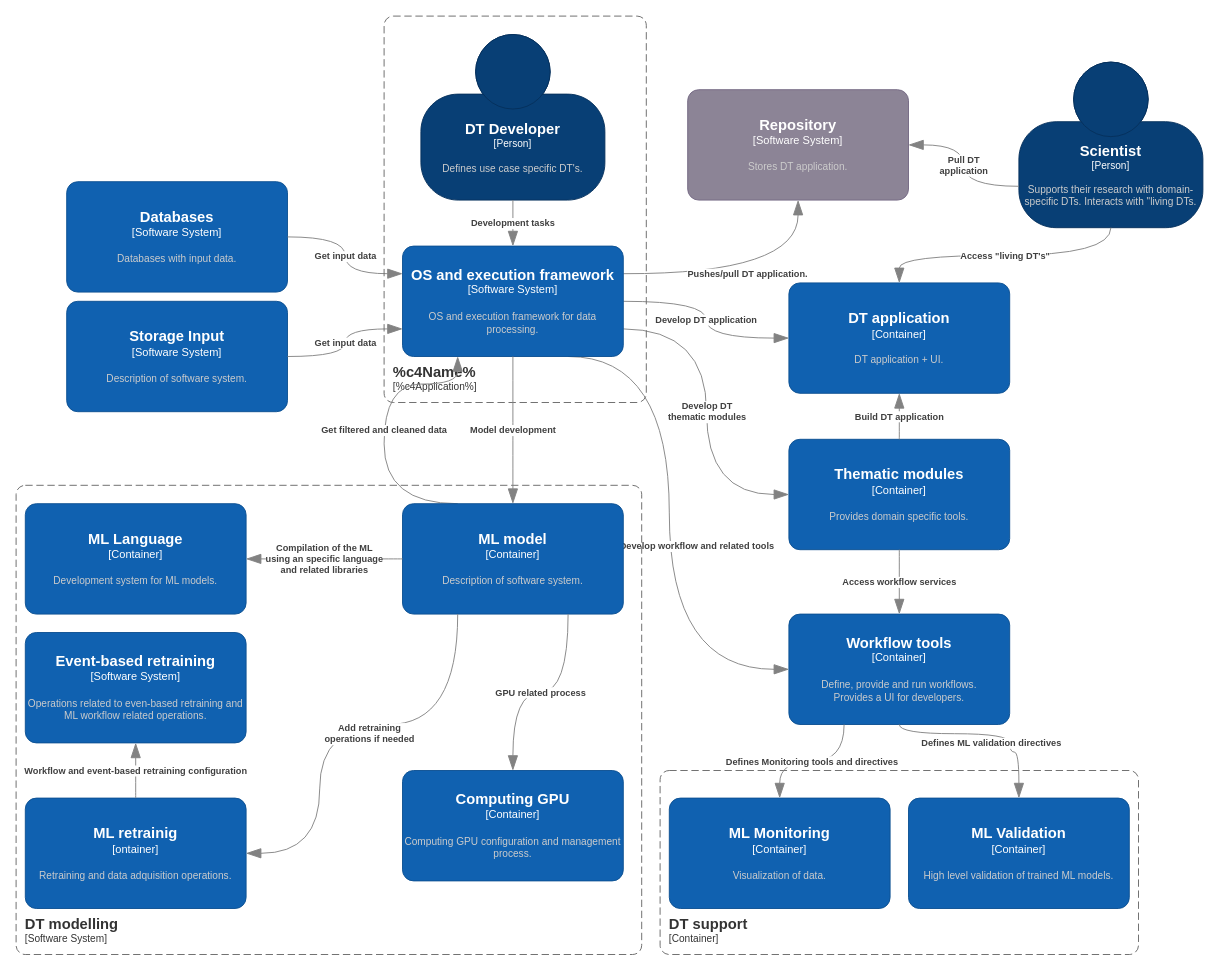
The draw.io diagram page "DTE" (1 of 4) of DTE/DTE.drawio in interTwin-eu/architecture-diagrams, before the edit. Source tidied: cells renumbered, new cells numbered last; positions are measured from the earlier drawing's top-left corner, leaving out a move shared by most shapes. Both pictures are drawn from the tidied source at 92%, with x=0, y=0 at pixel (16, 16).
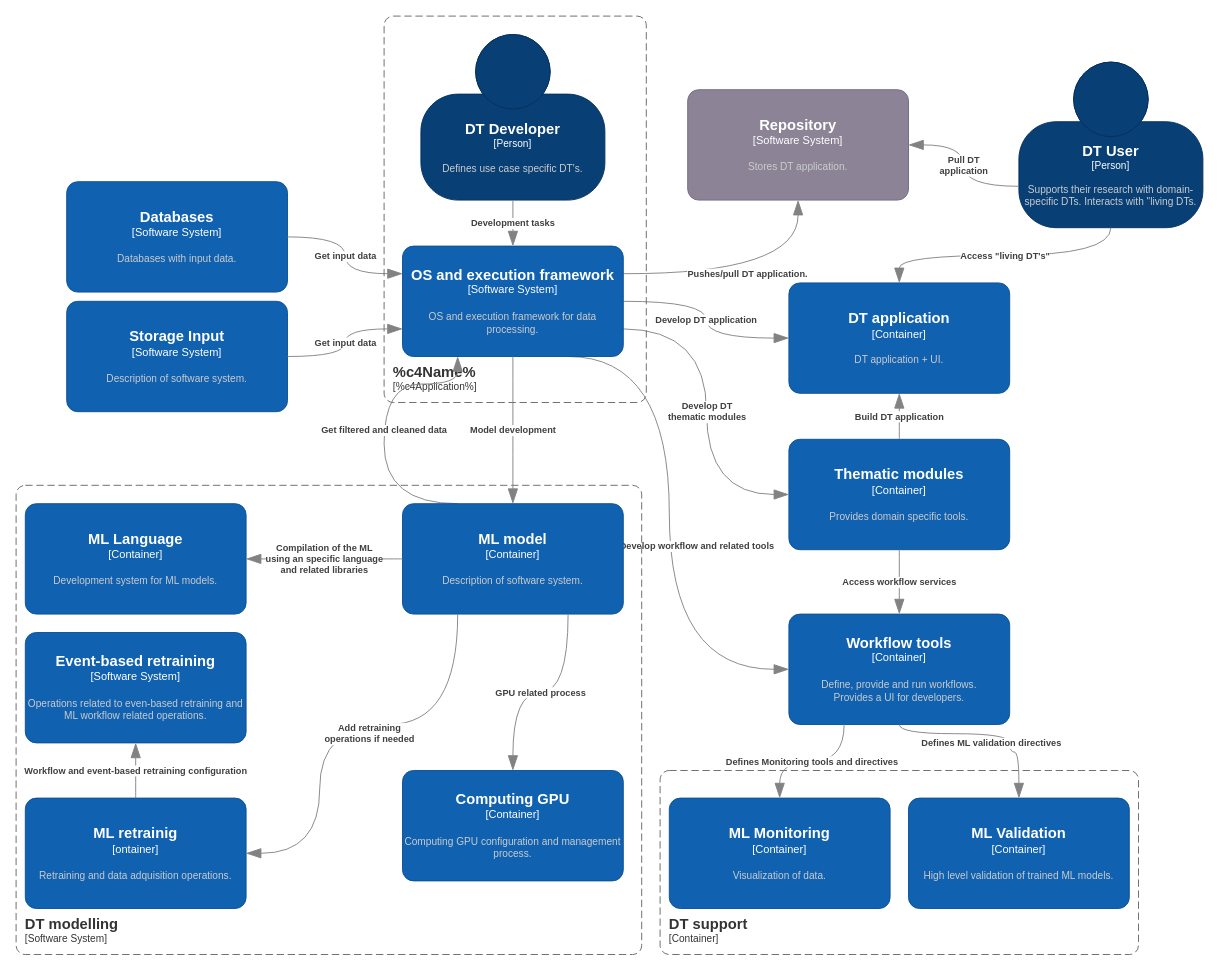
The same diagram, later.

Commit message (it also covers changes not shown here):
Changed scientist to user

What changed in the source:
```diff
@@
-    <object id="2" label="&lt;font style=&quot;font-size: 16px&quot;&gt;&lt;b&gt;%c4Name%&lt;/b&gt;&lt;/font&gt;&lt;div&gt;[%c4Type%]&lt;/div&gt;&lt;br&gt;&lt;div&gt;&lt;font style=&quot;font-size: 11px&quot;&gt;&lt;font color=&quot;#cccccc&quot;&gt;%c4Description%&lt;/font&gt;&lt;/div&gt;" c4Description="Supports their research with domain-specific DTs. Interacts with &quot;living DTs." c4Name="Scientist" c4Type="Person" placeholders="1">
+    <object id="2" label="&lt;font style=&quot;font-size: 16px&quot;&gt;&lt;b&gt;%c4Name%&lt;/b&gt;&lt;/font&gt;&lt;div&gt;[%c4Type%]&lt;/div&gt;&lt;br&gt;&lt;div&gt;&lt;font style=&quot;font-size: 11px&quot;&gt;&lt;font color=&quot;#cccccc&quot;&gt;%c4Description%&lt;/font&gt;&lt;/div&gt;" c4Description="Supports their research with domain-specific DTs. Interacts with &quot;living DTs." c4Name="DT User" c4Type="Person" placeholders="1">
       <mxCell style="html=1;fontSize=11;dashed=0;whiteSpace=wrap;fillColor=#083F75;strokeColor=#06315C;fontColor=#ffffff;shape=mxgraph.c4.person2;align=center;points=[[0.5,0,0],[1,0.5,0],[1,0.75,0],[0.75,1,0],[0.5,1,0],[0.25,1,0],[0,0.75,0],[0,0.5,0]];" parent="1" vertex="1">
         <mxGeometry x="1090" y="50" width="200" height="180" as="geometry" />
       </mxCell>
     </object>
```
